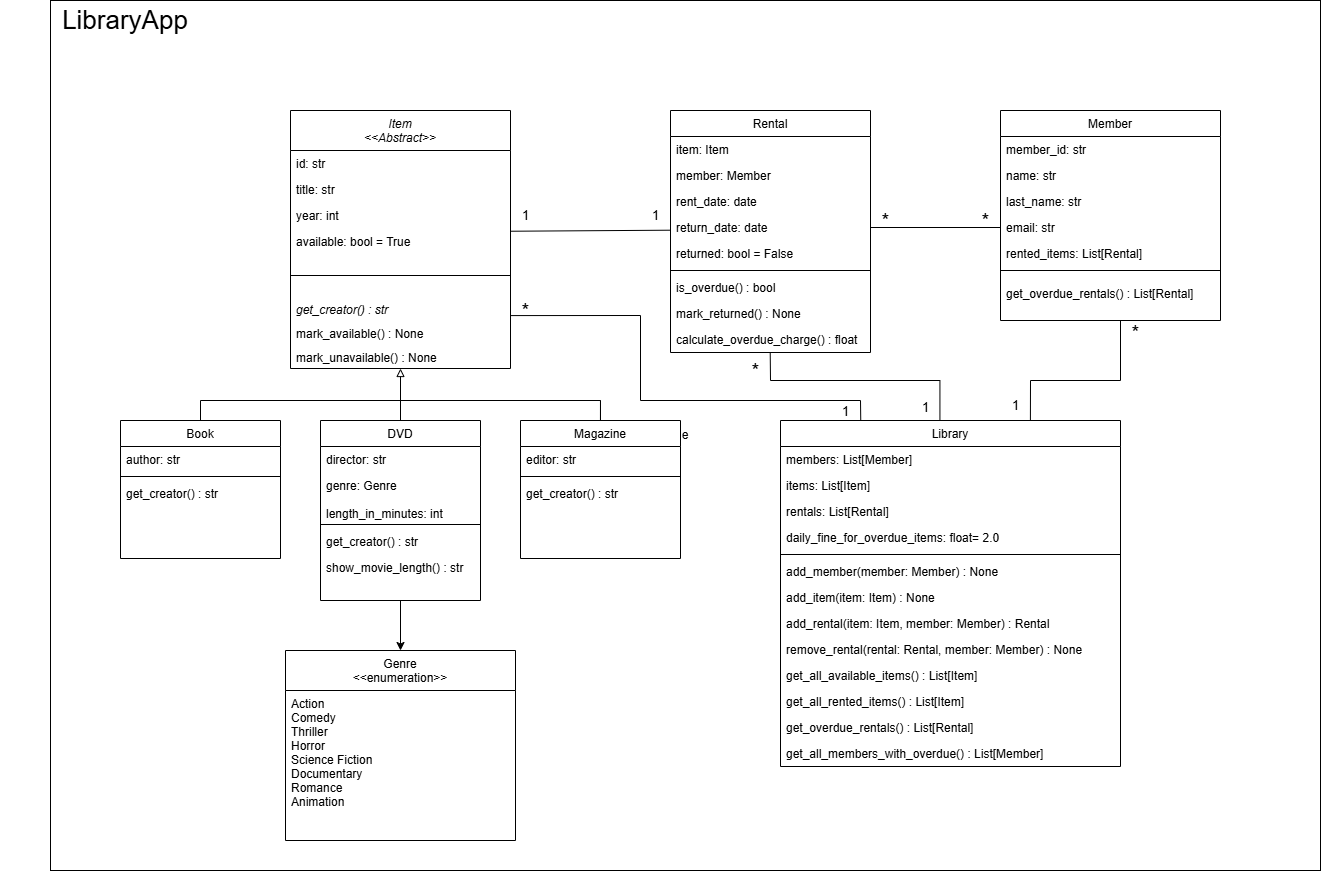
This is diagram.png from hamoncito/IO-2025, a draw.io export, as it was before one commit. Source tidied: cells renumbered, new cells last; positions are measured from the earlier drawing's top-left corner, leaving out a move shared by most shapes.
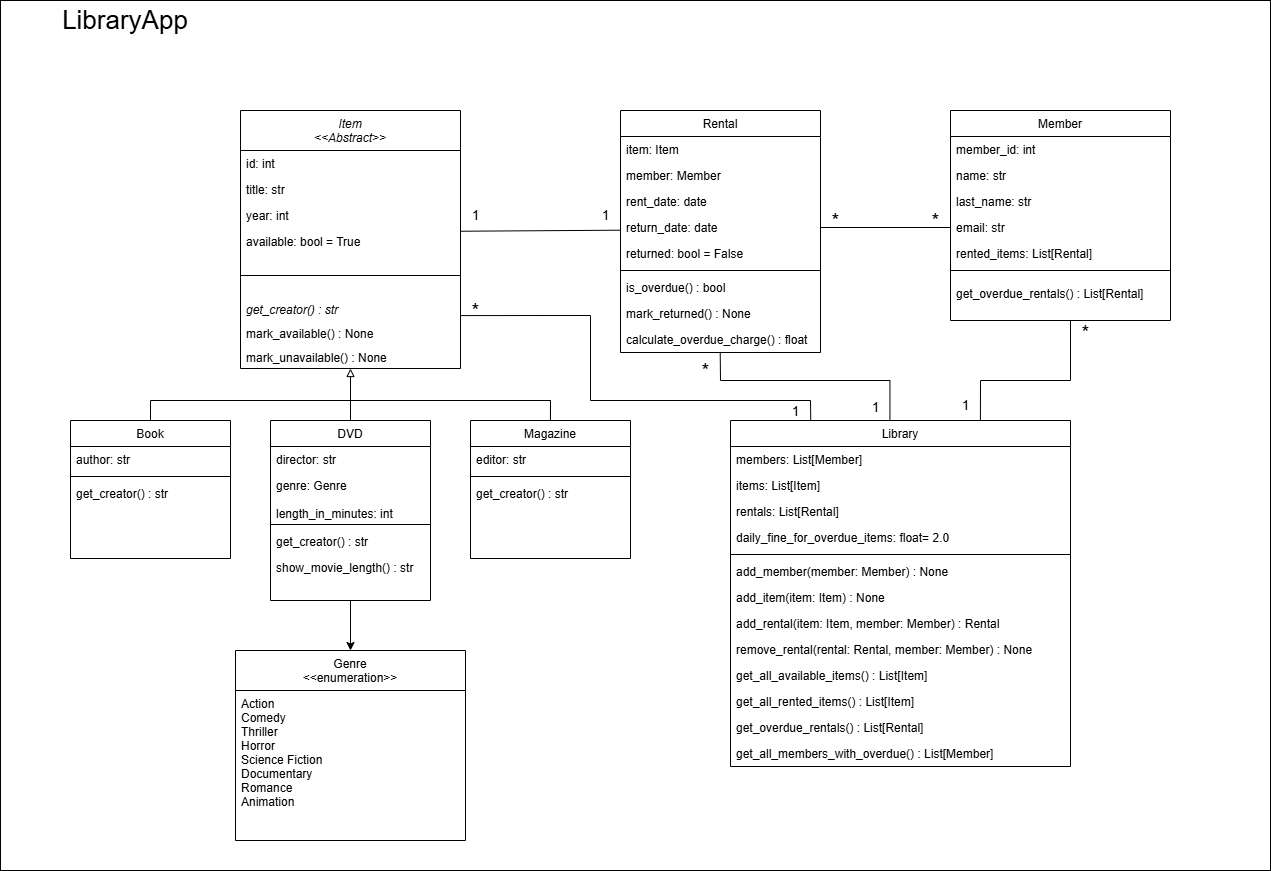
The same diagram one commit later.

Commit message:
podmiana diagramu

Change to the diagram source:
```diff
@@ -2,7 +2,7 @@
   <root>
     <mxCell id="0" />
     <mxCell id="1" parent="0" />
-    <mxCell id="2" value="e" style="rounded=0;whiteSpace=wrap;html=1;" parent="1" vertex="1">
+    <mxCell id="2" style="rounded=0;whiteSpace=wrap;html=1;" parent="1" vertex="1">
       <mxGeometry x="50" width="1270" height="870" as="geometry" />
     </mxCell>
     <mxCell id="3" value="Book" style="swimlane;fontStyle=0;align=center;verticalAlign=top;horizontal=1;startSize=26;rounded=0;shadow=0;strokeWidth=1;" parent="1" vertex="1">
@@ -92,7 +92,7 @@
     <mxCell id="31" value="Item&#10;&lt;&lt;Abstract&gt;&gt;" style="swimlane;fontStyle=2;align=center;verticalAlign=top;horizontal=1;startSize=40;rounded=0;shadow=0;strokeWidth=1;" parent="1" vertex="1">
       <mxGeometry x="290" y="110" width="220" height="258" as="geometry" />
     </mxCell>
-    <mxCell id="32" value="id: str" style="text;align=left;verticalAlign=top;spacingLeft=4;spacingRight=4;overflow=hidden;" parent="31" vertex="1">
+    <mxCell id="32" value="id: int" style="text;align=left;verticalAlign=top;spacingLeft=4;spacingRight=4;overflow=hidden;" parent="31" vertex="1">
       <mxGeometry y="40" width="220" height="26" as="geometry" />
     </mxCell>
     <mxCell id="33" value="title: str" style="text;align=left;verticalAlign=top;spacingLeft=4;spacingRight=4;overflow=hidden;rounded=0;shadow=0;html=0;" parent="31" vertex="1">
@@ -178,7 +178,7 @@
     <mxCell id="56" value="Member" style="swimlane;fontStyle=0;align=center;verticalAlign=top;horizontal=1;startSize=26;rounded=0;shadow=0;strokeWidth=1;" parent="55" vertex="1">
       <mxGeometry width="220" height="210" as="geometry" />
     </mxCell>
-    <mxCell id="57" value="member_id: str" style="text;align=left;verticalAlign=top;spacingLeft=4;spacingRight=4;overflow=hidden;" parent="56" vertex="1">
+    <mxCell id="57" value="member_id: int" style="text;align=left;verticalAlign=top;spacingLeft=4;spacingRight=4;overflow=hidden;" parent="56" vertex="1">
       <mxGeometry y="26" width="220" height="26" as="geometry" />
     </mxCell>
     <mxCell id="58" value="name: str" style="text;align=left;verticalAlign=top;spacingLeft=4;spacingRight=4;overflow=hidden;rounded=0;shadow=0;html=0;" parent="56" vertex="1">
@@ -285,7 +285,7 @@
       <mxGeometry relative="1" as="geometry" />
     </mxCell>
     <mxCell id="84" value="&lt;font style=&quot;font-size: 26px;&quot;&gt;LibraryApp&lt;/font&gt;" style="text;html=1;align=center;verticalAlign=middle;whiteSpace=wrap;rounded=0;" parent="1" vertex="1">
-      <mxGeometry width="250" height="40" as="geometry" />
+      <mxGeometry x="50" width="250" height="40" as="geometry" />
     </mxCell>
   </root>
 </mxGraphModel>
```
